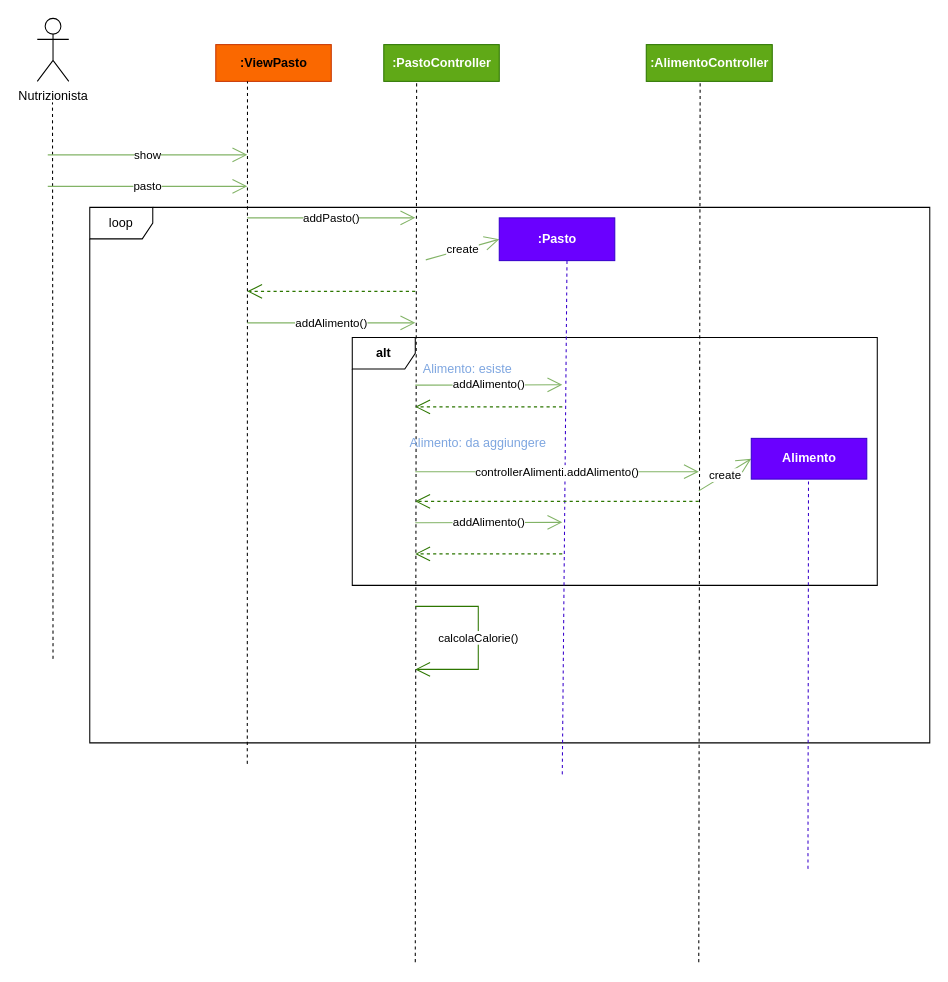
DeborohNoah/IngSoft keeps this draw.io diagram as Interazioni/interazioneDietaAlimento.drawio. Above is the earlier version. Source tidied: cells renumbered, new cells numbered last; positions are measured from the earlier drawing's top-left corner, leaving out a move shared by most shapes. Both pictures are drawn from the tidied source at 105%, with x=0, y=0 at pixel (37, 18).
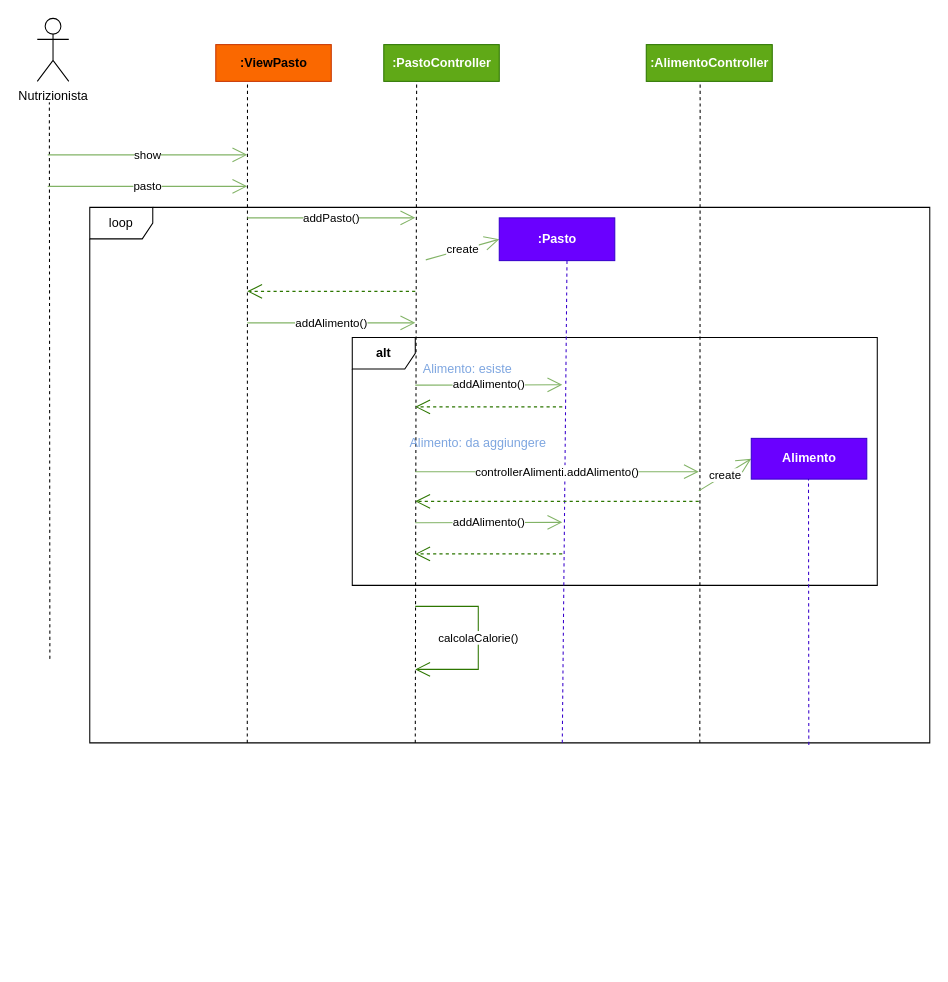
The same diagram, later.

The change refers to these unchanged cells:
```xml
<mxCell id="2" value="loop" style="shape=umlFrame;whiteSpace=wrap;html=1;" parent="1" vertex="1">
  <mxGeometry x="50" y="180" width="800" height="510" as="geometry" />
</mxCell>
<mxCell id="23" style="group;" parent="1" vertex="1">
  <mxGeometry x="680" y="400" width="150" height="410" as="geometry" />
</mxCell>
```

The edit, as a diff of the source:
```diff
@@
     <mxCell id="5" style="endArrow=none;html=1;rounded=0;dashed=1;" parent="1" edge="1">
       <mxGeometry relative="1" as="geometry">
-        <mxPoint x="15" y="610" as="sourcePoint" />
-        <mxPoint x="14.5" y="80" as="targetPoint" />
+        <mxPoint x="12" y="610" as="sourcePoint" />
+        <mxPoint x="11.5" y="80" as="targetPoint" />
       </mxGeometry>
     </mxCell>
@@
     <mxCell id="9" style="endArrow=none;html=1;rounded=0;dashed=1;" parent="1" edge="1">
       <mxGeometry relative="1" as="geometry">
-        <mxPoint x="200" y="710" as="sourcePoint" />
+        <mxPoint x="200" y="690" as="sourcePoint" />
         <mxPoint x="200.2" y="60" as="targetPoint" />
       </mxGeometry>
     </mxCell>
@@
-    <mxCell id="12" style="endArrow=none;html=1;rounded=0;dashed=1;exitX=0.72;exitY=1.007;exitDx=0;exitDy=0;exitPerimeter=0;" parent="1" edge="1">
+    <mxCell id="12" style="endArrow=none;html=1;rounded=0;dashed=1;" parent="1" edge="1">
       <mxGeometry relative="1" as="geometry">
-        <mxPoint x="360" y="898.9" as="sourcePoint" />
+        <mxPoint x="360" y="690" as="sourcePoint" />
         <mxPoint x="361.3" y="60" as="targetPoint" />
       </mxGeometry>
     </mxCell>
@@
-    <mxCell id="21" style="endArrow=none;html=1;rounded=0;dashed=1;exitX=0.72;exitY=1.007;exitDx=0;exitDy=0;exitPerimeter=0;" parent="1" edge="1">
+    <mxCell id="21" style="endArrow=none;html=1;rounded=0;dashed=1;" parent="1" edge="1">
       <mxGeometry relative="1" as="geometry">
-        <mxPoint x="630" y="898.9" as="sourcePoint" />
+        <mxPoint x="631" y="690" as="sourcePoint" />
         <mxPoint x="631.3" y="60" as="targetPoint" />
       </mxGeometry>
     </mxCell>
@@
-    <mxCell id="25" style="endArrow=none;html=1;rounded=0;dashed=1;fillColor=#6a00ff;strokeColor=#3700CC;" parent="23" edge="1">
+    <mxCell id="25" style="endArrow=none;html=1;rounded=0;dashed=1;fillColor=#6a00ff;strokeColor=#3700CC;exitX=0.856;exitY=1.004;exitDx=0;exitDy=0;exitPerimeter=0;" parent="23" edge="1" source="2">
       <mxGeometry relative="1" as="geometry">
-        <mxPoint x="54" y="410" as="sourcePoint" />
         <mxPoint x="54.5" y="38.8" as="targetPoint" />
       </mxGeometry>
     </mxCell>
@@
     <mxCell id="27" style="endArrow=none;html=1;rounded=0;dashed=1;fillColor=#6a00ff;strokeColor=#3700CC;" parent="1" edge="1">
       <mxGeometry relative="1" as="geometry">
-        <mxPoint x="500" y="720" as="sourcePoint" />
+        <mxPoint x="500" y="690" as="sourcePoint" />
         <mxPoint x="504.5" y="230.7" as="targetPoint" />
       </mxGeometry>
     </mxCell>
```
